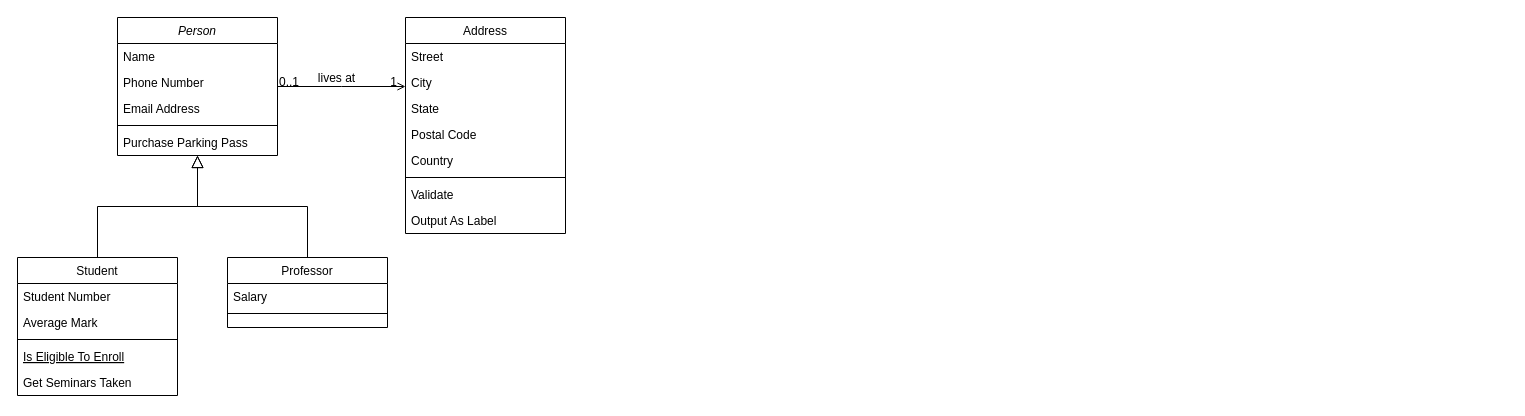
Before: Compilador.drawio in luanchoverri/TPECompiladores, a draw.io diagram. Source tidied: cells renumbered, new cells numbered last; positions are measured from the earlier drawing's top-left corner, leaving out a move shared by most shapes. Both pictures are drawn from the tidied source at 100%, with x=0, y=0 at pixel (17, 17).
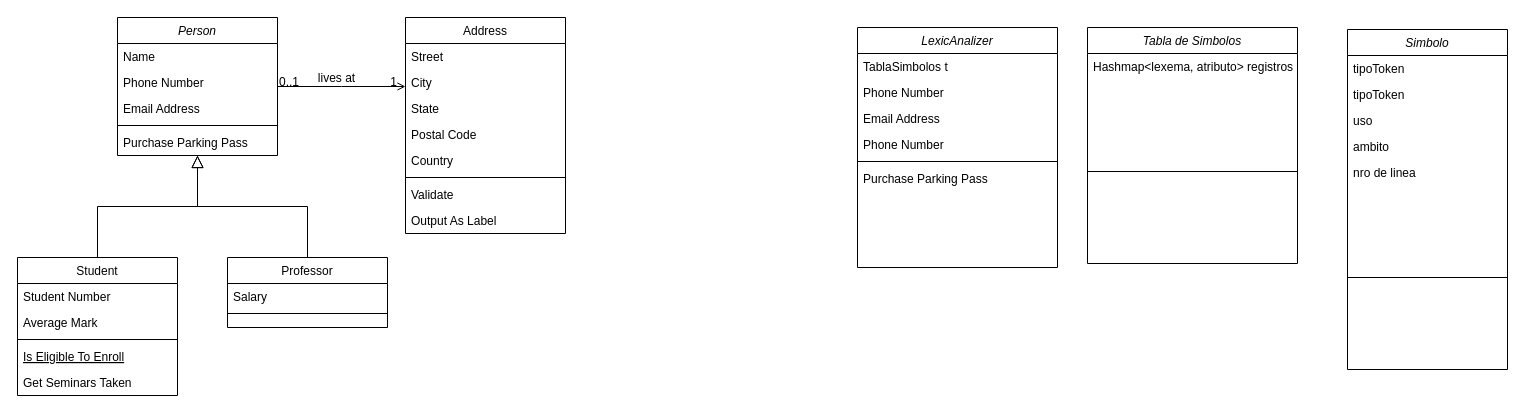
The same diagram, later.

Diff of the diagram source:
```diff
@@
+    <mxCell id="32" value="LexicAnalizer" style="swimlane;fontStyle=2;align=center;verticalAlign=top;horizontal=1;startSize=26;rounded=0;shadow=0;strokeWidth=1;" parent="1" vertex="1">
+      <mxGeometry x="840" y="10" width="200" height="240" as="geometry" />
+    </mxCell>
+    <mxCell id="33" value="TablaSimbolos t " style="text;align=left;verticalAlign=top;spacingLeft=4;spacingRight=4;overflow=hidden;" parent="32" vertex="1">
+      <mxGeometry y="26" width="200" height="26" as="geometry" />
+    </mxCell>
+    <mxCell id="34" value="Phone Number" style="text;align=left;verticalAlign=top;spacingLeft=4;spacingRight=4;overflow=hidden;rounded=0;shadow=0;html=0;" parent="32" vertex="1">
+      <mxGeometry y="52" width="200" height="26" as="geometry" />
+    </mxCell>
+    <mxCell id="35" value="Email Address" style="text;align=left;verticalAlign=top;spacingLeft=4;spacingRight=4;overflow=hidden;rounded=0;shadow=0;html=0;" parent="32" vertex="1">
+      <mxGeometry y="78" width="200" height="26" as="geometry" />
+    </mxCell>
+    <mxCell id="36" value="Phone Number" style="text;align=left;verticalAlign=top;spacingLeft=4;spacingRight=4;overflow=hidden;rounded=0;shadow=0;html=0;" parent="32" vertex="1">
+      <mxGeometry y="104" width="200" height="26" as="geometry" />
+    </mxCell>
+    <mxCell id="37" style="line;html=1;strokeWidth=1;align=left;verticalAlign=middle;spacingTop=-1;spacingLeft=3;spacingRight=3;labelPosition=right;" parent="32" vertex="1">
+      <mxGeometry y="130" width="200" height="8" as="geometry" />
+    </mxCell>
+    <mxCell id="38" value="Purchase Parking Pass" style="text;align=left;verticalAlign=top;spacingLeft=4;spacingRight=4;overflow=hidden;" parent="32" vertex="1">
+      <mxGeometry y="138" width="200" height="26" as="geometry" />
+    </mxCell>
+    <mxCell id="39" value="Tabla de Simbolos" style="swimlane;fontStyle=2;align=center;verticalAlign=top;horizontal=1;startSize=26;rounded=0;shadow=0;strokeWidth=1;" parent="1" vertex="1">
+      <mxGeometry x="1070" y="10" width="210" height="236" as="geometry" />
+    </mxCell>
+    <mxCell id="40" value="Hashmap&lt;lexema, atributo&gt; registros" style="text;align=left;verticalAlign=top;spacingLeft=4;spacingRight=4;overflow=hidden;rounded=0;shadow=0;html=0;" parent="39" vertex="1">
+      <mxGeometry y="26" width="210" height="26" as="geometry" />
+    </mxCell>
+    <mxCell id="41" style="line;html=1;strokeWidth=1;align=left;verticalAlign=middle;spacingTop=-1;spacingLeft=3;spacingRight=3;labelPosition=right;" parent="39" vertex="1">
+      <mxGeometry y="52" width="210" height="184" as="geometry" />
+    </mxCell>
+    <mxCell id="42" value="Simbolo" style="swimlane;fontStyle=2;align=center;verticalAlign=top;horizontal=1;startSize=26;rounded=0;shadow=0;strokeWidth=1;" parent="1" vertex="1">
+      <mxGeometry x="1330" y="12" width="160" height="340" as="geometry" />
+    </mxCell>
+    <mxCell id="43" value="tipoToken" style="text;align=left;verticalAlign=top;spacingLeft=4;spacingRight=4;overflow=hidden;rounded=0;shadow=0;html=0;" parent="42" vertex="1">
+      <mxGeometry y="26" width="160" height="26" as="geometry" />
+    </mxCell>
+    <mxCell id="44" value="tipoToken" style="text;align=left;verticalAlign=top;spacingLeft=4;spacingRight=4;overflow=hidden;rounded=0;shadow=0;html=0;" parent="42" vertex="1">
+      <mxGeometry y="52" width="160" height="26" as="geometry" />
+    </mxCell>
+    <mxCell id="45" value="uso" style="text;align=left;verticalAlign=top;spacingLeft=4;spacingRight=4;overflow=hidden;rounded=0;shadow=0;html=0;" parent="42" vertex="1">
+      <mxGeometry y="78" width="160" height="26" as="geometry" />
+    </mxCell>
+    <mxCell id="46" value="ambito" style="text;align=left;verticalAlign=top;spacingLeft=4;spacingRight=4;overflow=hidden;rounded=0;shadow=0;html=0;" parent="42" vertex="1">
+      <mxGeometry y="104" width="160" height="26" as="geometry" />
+    </mxCell>
+    <mxCell id="47" value="nro de linea" style="text;align=left;verticalAlign=top;spacingLeft=4;spacingRight=4;overflow=hidden;rounded=0;shadow=0;html=0;" parent="42" vertex="1">
+      <mxGeometry y="130" width="160" height="26" as="geometry" />
+    </mxCell>
+    <mxCell id="48" style="line;html=1;strokeWidth=1;align=left;verticalAlign=middle;spacingTop=-1;spacingLeft=3;spacingRight=3;labelPosition=right;" parent="42" vertex="1">
+      <mxGeometry y="156" width="160" height="184" as="geometry" />
+    </mxCell>
```
